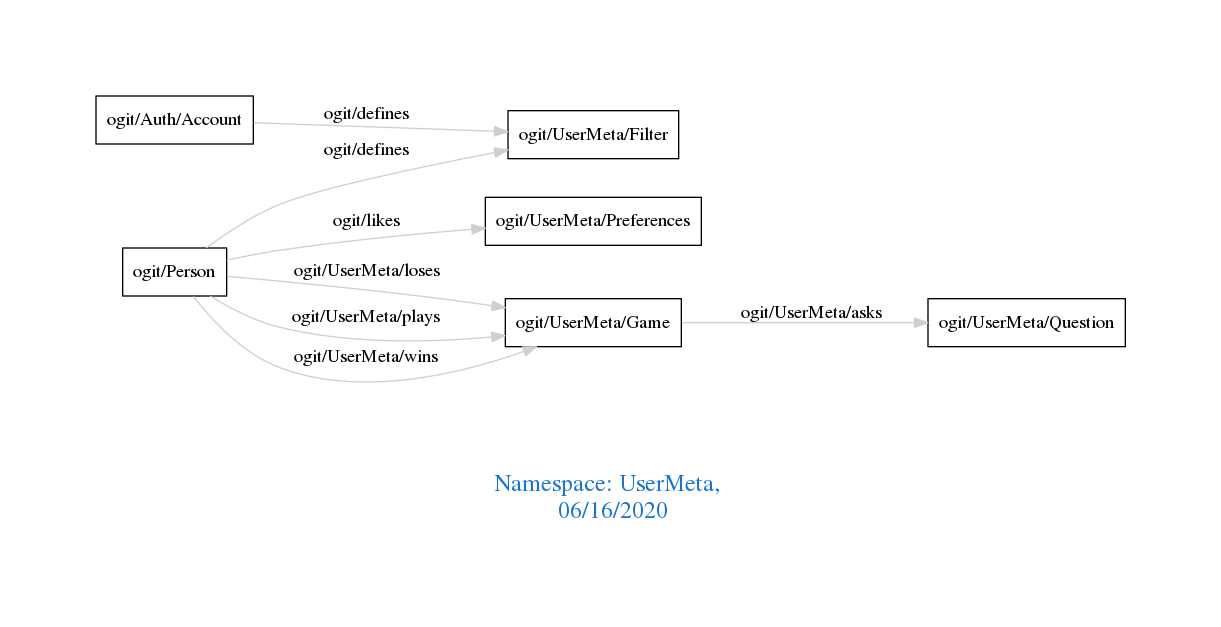
This is downloads/UserMeta.png from arago/OGIT, a Graphviz export, as it was before one commit. Its source is kept beside it as downloads/UserMeta.dot.
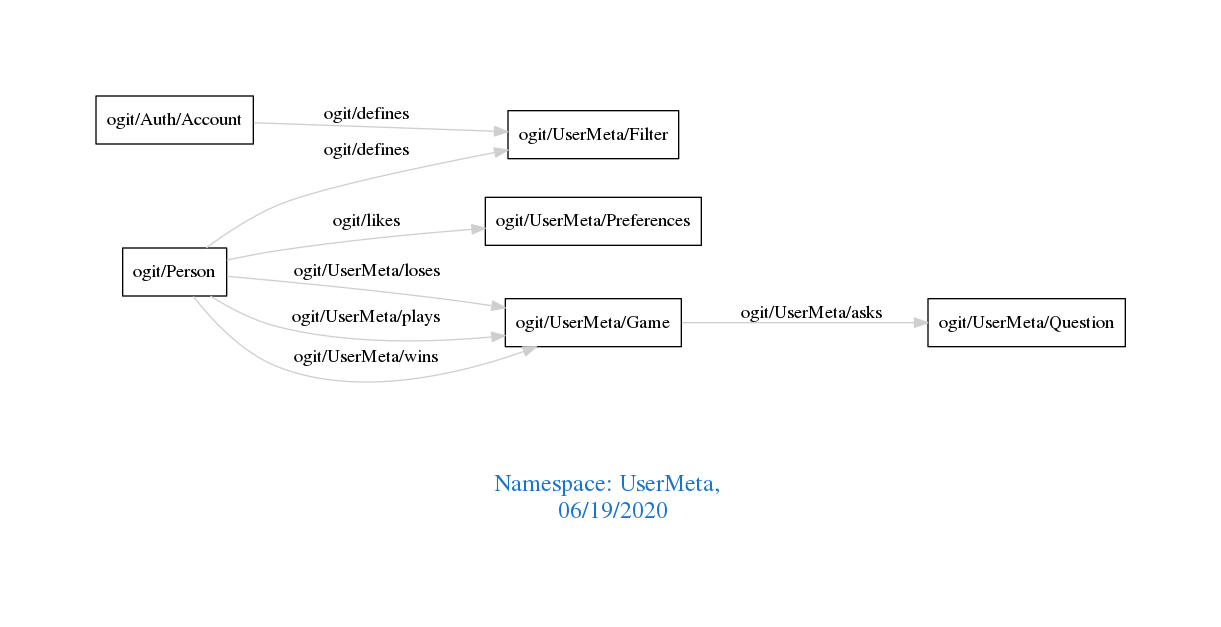
The same file after the commit.

What changed in the source:
```diff
@@ -1,7 +1,7 @@
 digraph OGIT_ontology {
  graph [ rankdir= LR,pad=1
 fontsize = 18,
-fontcolor= dodgerblue3,label = "\n\n\nNamespace: UserMeta, \n 06/16/2020"];
+fontcolor= dodgerblue3,label = "\n\n\nNamespace: UserMeta, \n 06/19/2020"];
 node[shape=polygon];
 edge [  color="gray81"];
 
```
